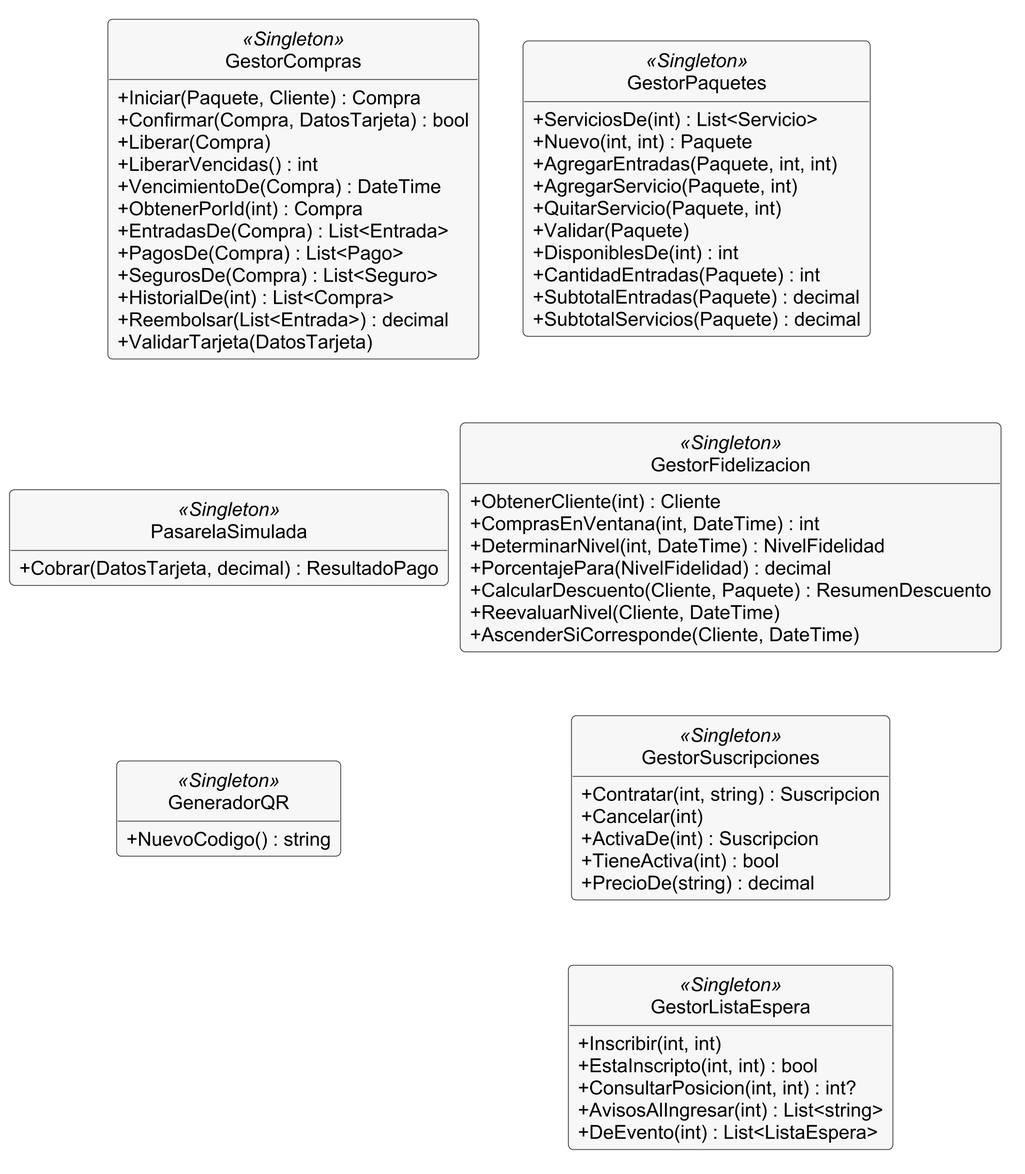
MaximoAmbro/TrabajoDeDiploma keeps this PlantUML diagram as docs/diagramas/clases-4-negocio-compra.png. Above is the earlier version.
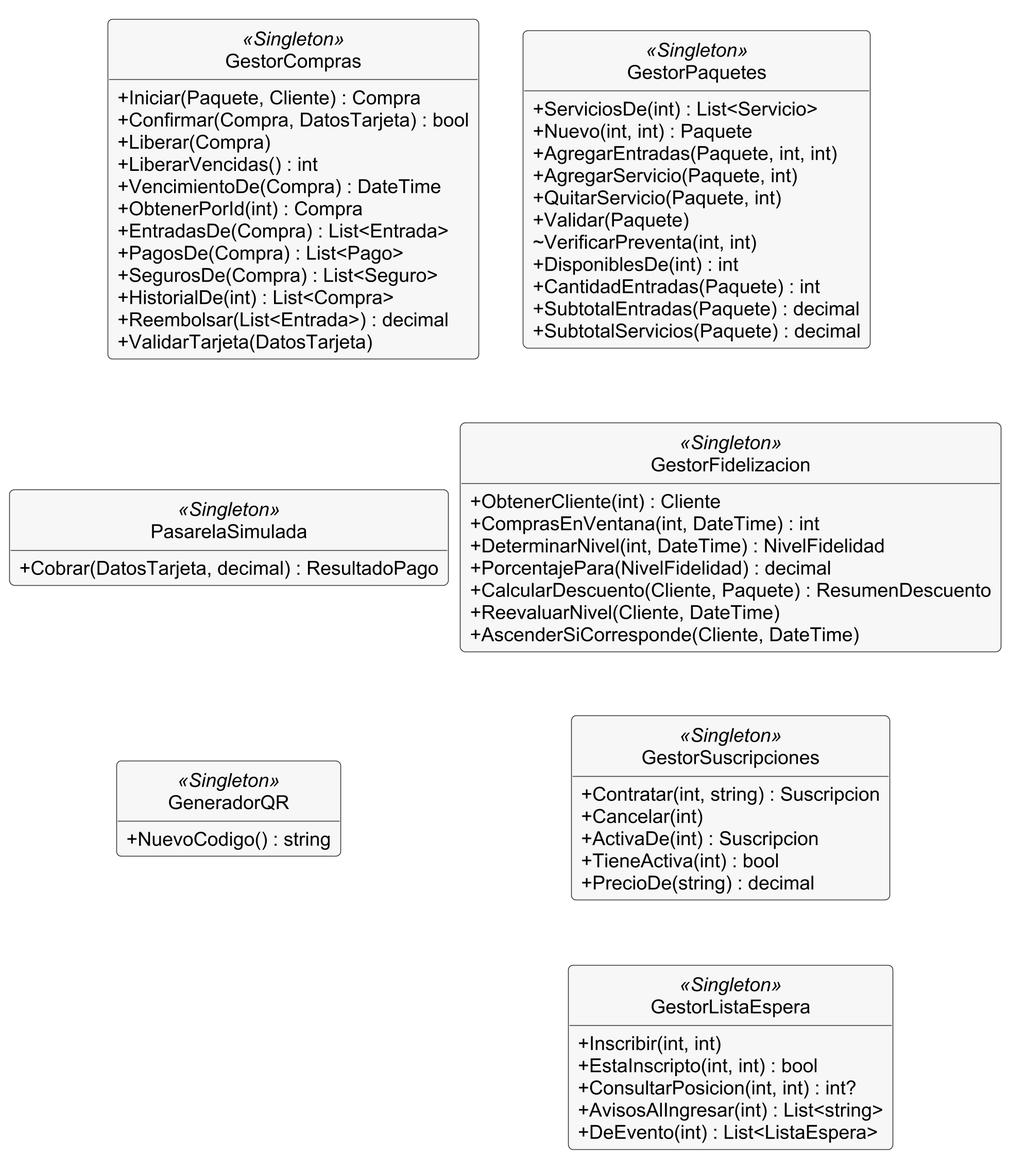
The same diagram one commit later.

Commit message:
docs: matriz de coherencia corrida (8 de 10), metodos de secuencia en clases y guion de interfaz

Change to the diagram source:
```diff
@@ -32,6 +32,7 @@
   + AgregarServicio(Paquete, int)
   + QuitarServicio(Paquete, int)
   + Validar(Paquete)
+  ~ VerificarPreventa(int, int)
   + DisponiblesDe(int) : int
   + CantidadEntradas(Paquete) : int
   + SubtotalEntradas(Paquete) : decimal
```
